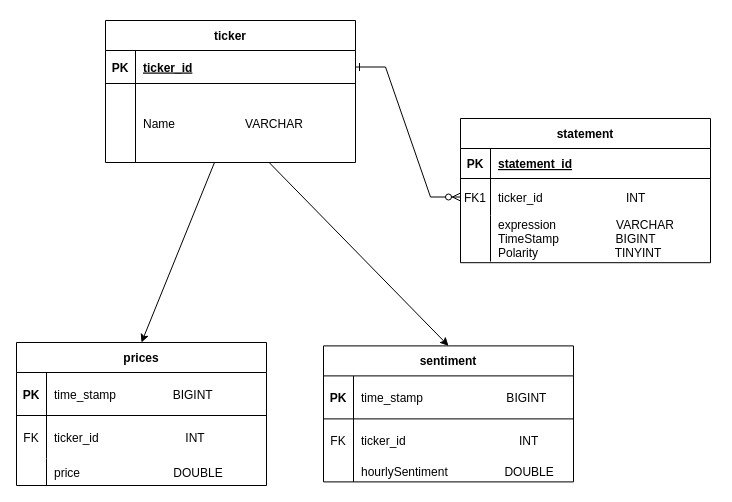
Earlier version of the draw.io diagram DB_Scheme.drawio (jonreesman/watch-dog). Source tidied: cells renumbered, new cells numbered last; positions are measured from the earlier drawing's top-left corner, leaving out a move shared by most shapes. Both pictures are drawn from the tidied source at 100%, with x=0, y=0 at pixel (16, 20).
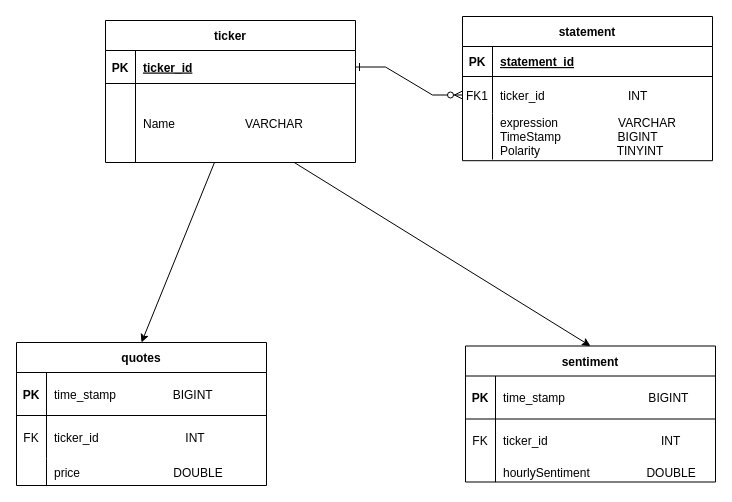
After the change.

What changed in the source:
```diff
@@
     <mxCell id="3" value="statement" style="shape=table;startSize=30;childLayout=tableLayout;rowLines=0;fontStyle=1;align=center;hachureGap=4;" parent="1" vertex="1">
-      <mxGeometry x="444" y="98" width="250" height="144.2" as="geometry" />
+      <mxGeometry x="446" y="-4" width="250" height="144.2" as="geometry" />
     </mxCell>
@@
-    <mxCell id="20" value="prices" style="shape=table;startSize=30;childLayout=tableLayout;rowLines=0;fontStyle=1;align=center;hachureGap=4;" parent="1" vertex="1">
+    <mxCell id="20" value="quotes" style="shape=table;startSize=30;childLayout=tableLayout;rowLines=0;fontStyle=1;align=center;hachureGap=4;" parent="1" vertex="1">
       <mxGeometry y="322" width="250" height="143" as="geometry" />
     </mxCell>
@@
     <mxCell id="31" value="sentiment" style="shape=table;startSize=30;childLayout=tableLayout;rowLines=0;fontStyle=1;align=center;hachureGap=4;" parent="1" vertex="1">
-      <mxGeometry x="307" y="325.4" width="250" height="136" as="geometry" />
+      <mxGeometry x="449" y="325.5" width="250" height="136" as="geometry" />
     </mxCell>
```
